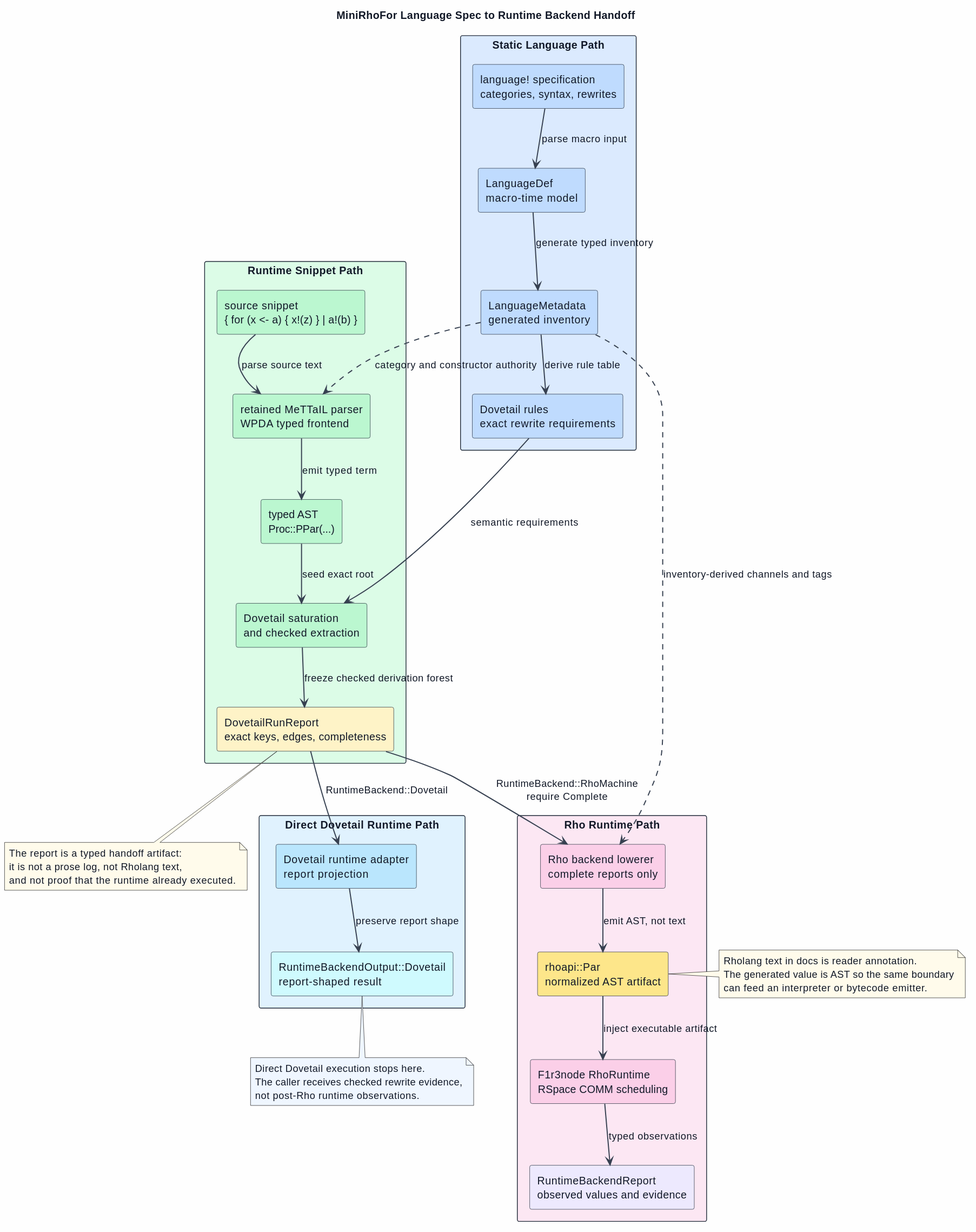
This is docs/architecture/dovetail/figures/10-minirho-end-to-end.svg from F1R3FLY-io/mettail-rust, a PlantUML export, as it was before one commit.
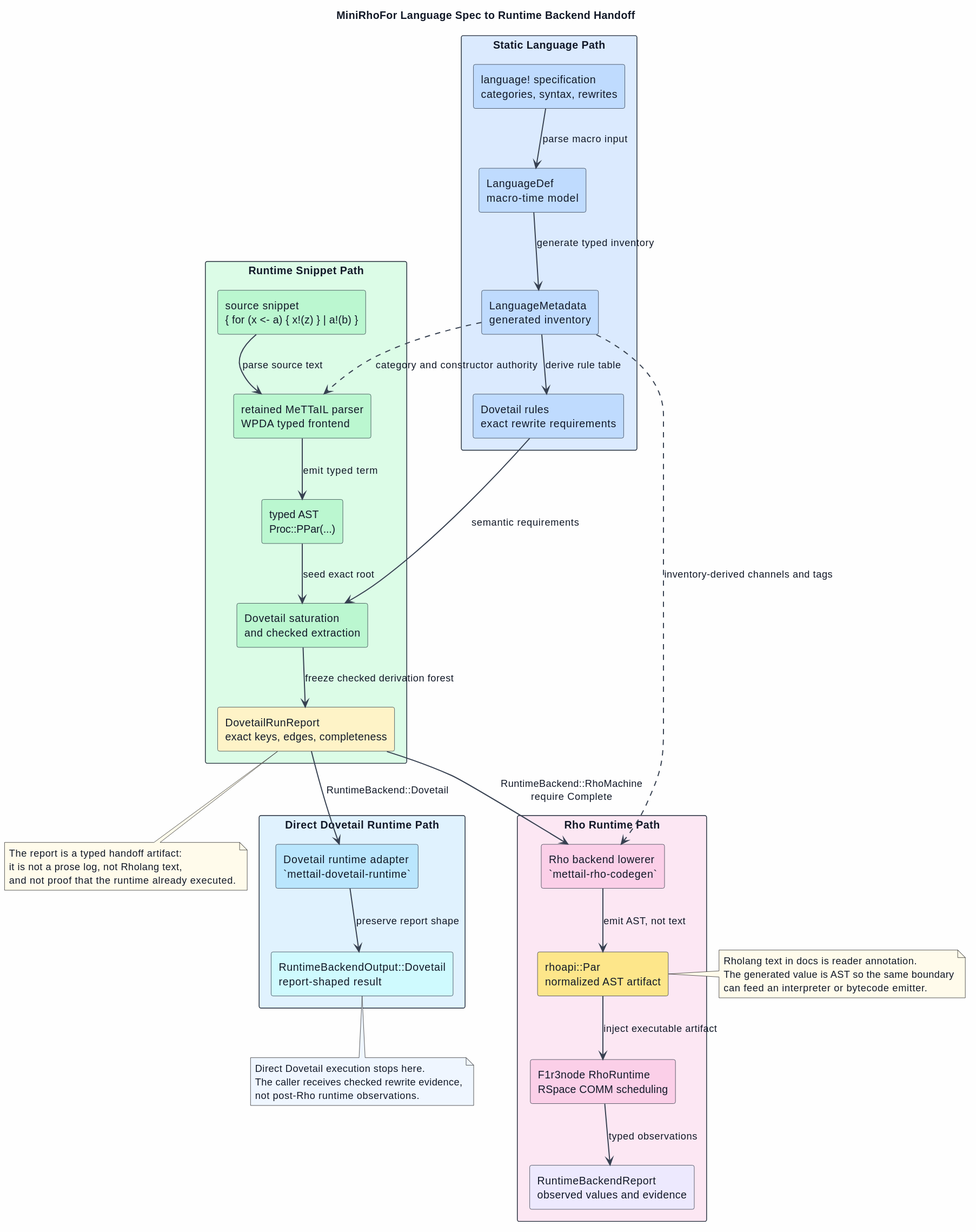
After the change.

What changed in the source:
```diff
@@ -27,12 +27,12 @@
 }
 
 rectangle "Direct Dovetail Runtime Path" as DirectPath #E0F2FE {
-  rectangle "Dovetail runtime adapter\nreport projection" as DirectAdapter #BAE6FD
+  rectangle "Dovetail runtime adapter\n`mettail-dovetail-runtime`" as DirectAdapter #BAE6FD
   rectangle "RuntimeBackendOutput::Dovetail\nreport-shaped result" as DirectOutput #CFFAFE
 }
 
 rectangle "Rho Runtime Path" as RhoPath #FCE7F3 {
-  rectangle "Rho backend lowerer\ncomplete reports only" as Lowerer #FBCFE8
+  rectangle "Rho backend lowerer\n`mettail-rho-codegen`" as Lowerer #FBCFE8
   rectangle "rhoapi::Par\nnormalized AST artifact" as Par #FDE68A
   rectangle "F1r3node RhoRuntime\nRSpace COMM scheduling" as Runtime #FBCFE8
   rectangle "RuntimeBackendReport\nobserved values and evidence" as RuntimeReport #EDE9FE
```
